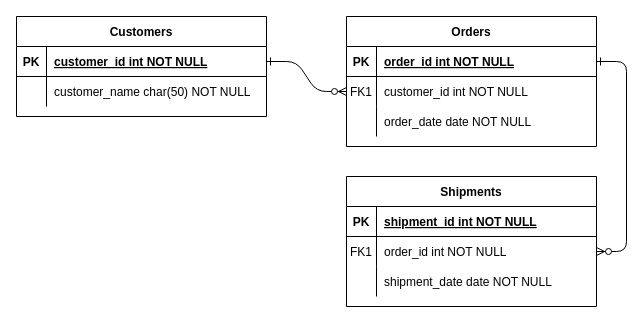
Above: Untitled Diagram.drawio in mqdo/pnl-x10-2-backend (draw.io), before the change. Source tidied: cells renumbered, new cells numbered last; positions are measured from the earlier drawing's top-left corner, leaving out a move shared by most shapes. Both pictures are drawn from the tidied source at 100%, with x=0, y=0 at pixel (16, 16).
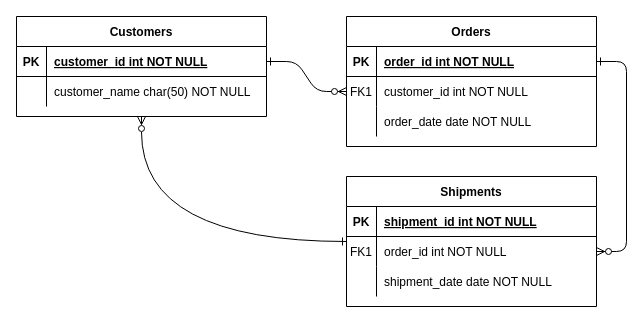
After the change.

Unchanged cells that the change refers to:
```xml
<mxCell id="14" value="Shipments" style="shape=table;startSize=30;childLayout=tableLayout;rowLines=0;fontStyle=1;align=center;" parent="1" vertex="1">
  <mxGeometry x="330" y="160" width="250" height="130" as="geometry" />
</mxCell>
<mxCell id="24" value="Customers" style="shape=table;startSize=30;childLayout=tableLayout;rowLines=0;fontStyle=1;align=center;" parent="1" vertex="1">
  <mxGeometry width="250" height="100" as="geometry" />
</mxCell>
```

Change to the diagram source:
```diff
@@
+    <mxCell id="31" style="edgeStyle=orthogonalEdgeStyle;rounded=0;jettySize=auto;html=1;entryX=0.5;entryY=1;entryDx=0;entryDy=0;endArrow=ERzeroToMany;endFill=0;startArrow=ERone;startFill=0;curved=1;" parent="1" edge="1" source="14" target="24">
+      <mxGeometry relative="1" as="geometry" />
+    </mxCell>
```
